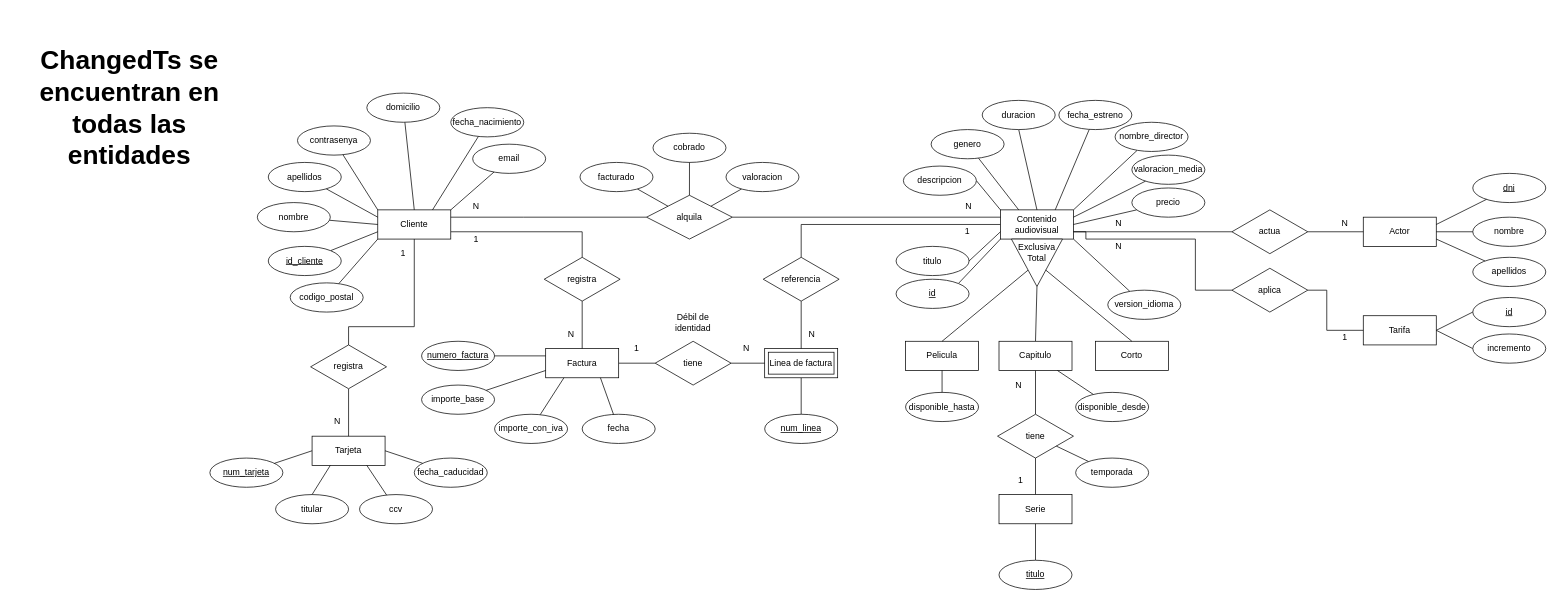
Above: Modelo Entidad-Relacion.drawio in Ivanmontesinos21/Proyecto_MiraVereda (draw.io), before the change. Source tidied: cells renumbered, new cells numbered last; positions are measured from the earlier drawing's top-left corner, leaving out a move shared by most shapes. Both pictures are drawn from the tidied source at 73%, with x=0, y=0 at pixel (12, 12).
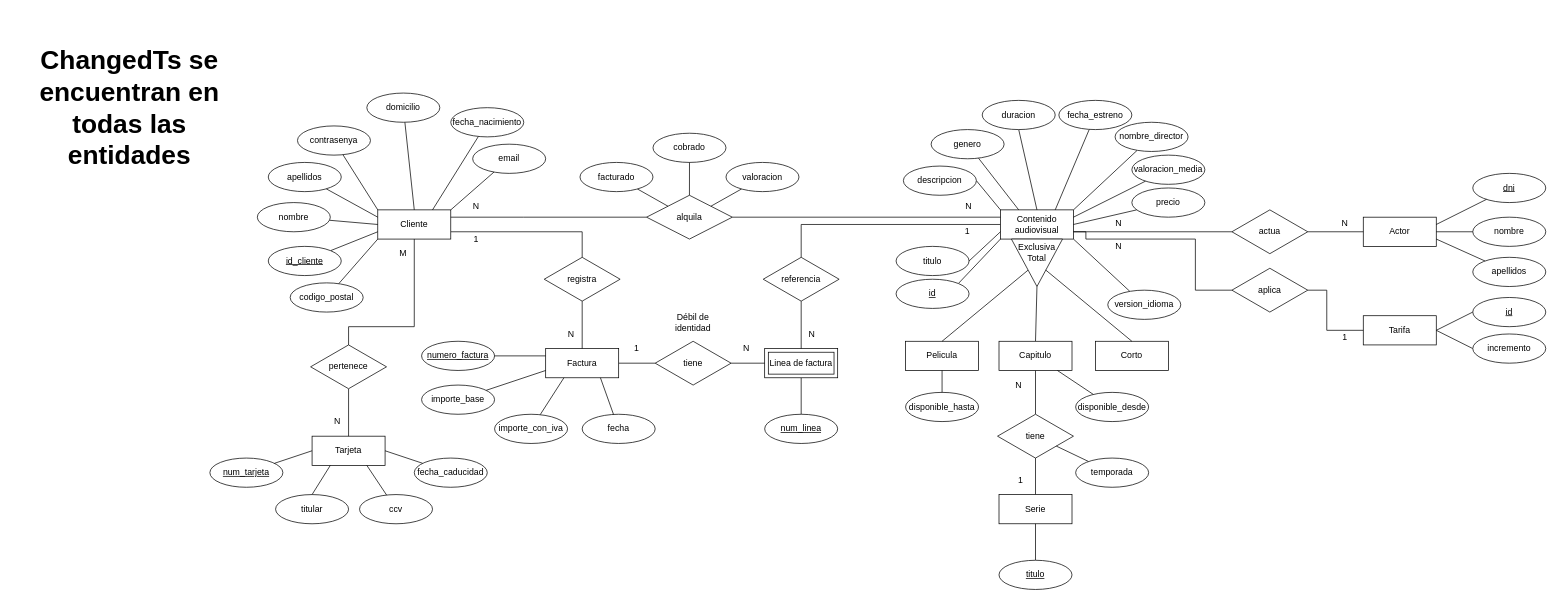
The same page after the edit.

Commit message:
Modelo Entidad-RelacionV7

What changed in the source:
```diff
@@
-    <mxCell id="130" value="1" style="text;html=1;align=center;verticalAlign=middle;whiteSpace=wrap;rounded=0;" parent="1" vertex="1">
+    <mxCell id="130" value="M" style="text;html=1;align=center;verticalAlign=middle;whiteSpace=wrap;rounded=0;" parent="1" vertex="1">
       <mxGeometry x="520" y="320" width="30" height="20" as="geometry" />
     </mxCell>
@@
-    <mxCell id="132" value="registra" style="shape=rhombus;perimeter=rhombusPerimeter;whiteSpace=wrap;html=1;align=center;" parent="1" vertex="1">
+    <mxCell id="132" value="pertenece" style="shape=rhombus;perimeter=rhombusPerimeter;whiteSpace=wrap;html=1;align=center;" parent="1" vertex="1">
       <mxGeometry x="408" y="455" width="104" height="60" as="geometry" />
     </mxCell>
```
